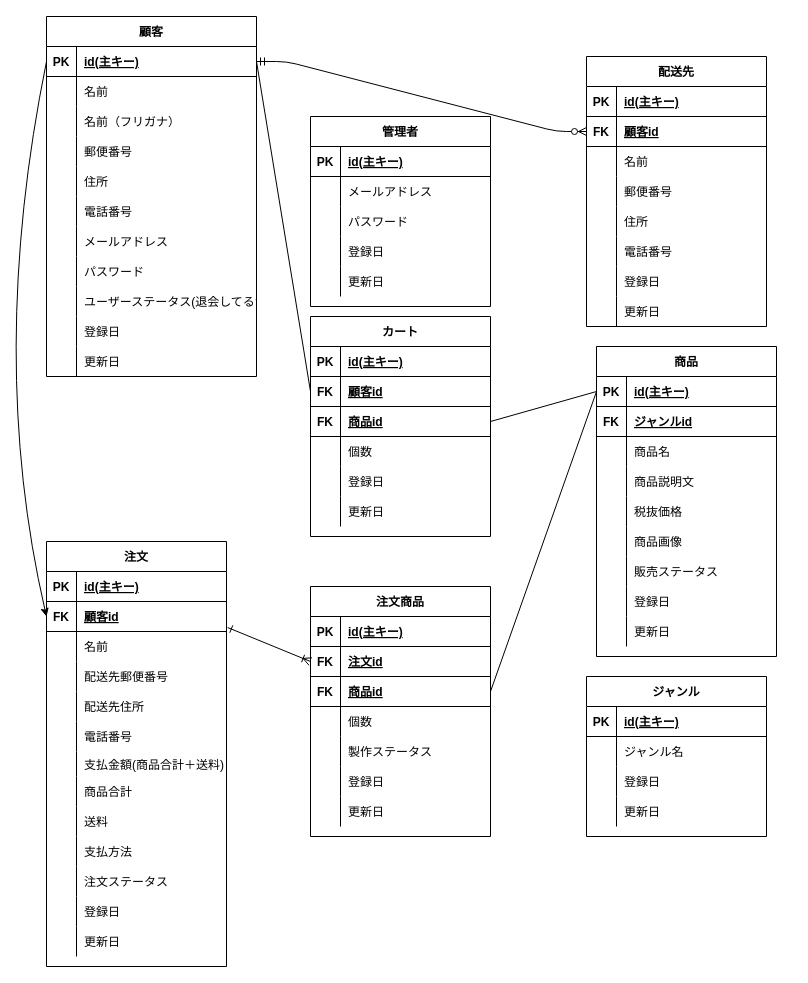
The draw.io diagram Untitled Diagram.drawio in couplee/cake, before the edit. Source tidied: cells renumbered, new cells numbered last; positions are measured from the earlier drawing's top-left corner, leaving out a move shared by most shapes. Both pictures are drawn from the tidied source at 100%, with x=0, y=0 at pixel (-14, 16).
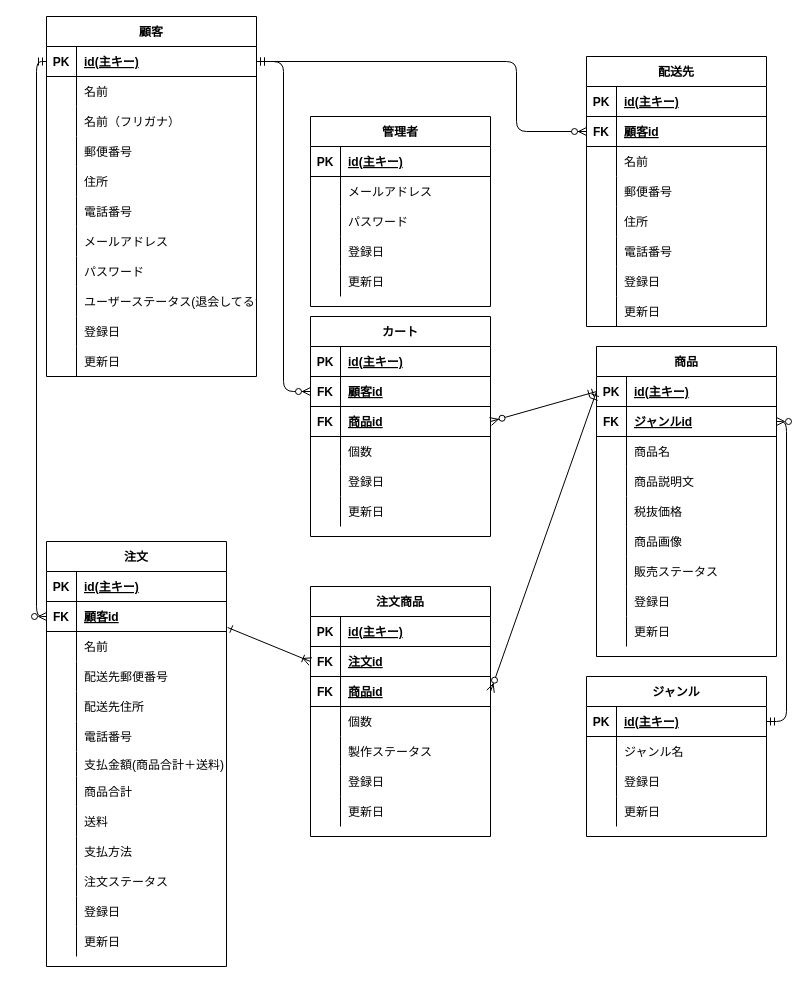
Above is the later version.

Commit message (it also covers changes not shown here):
Untitled Diagram.drawio を更新します

The change refers to these unchanged cells:
```xml
<mxCell id="3" style="shape=partialRectangle;fillColor=none;top=0;left=0;bottom=1;right=0;points=[[0,0.5],[1,0.5]];portConstraint=eastwest;" parent="2" vertex="1">
  <mxGeometry y="30" width="210" height="30" as="geometry" />
</mxCell>
<mxCell id="37" style="shape=partialRectangle;fillColor=none;top=0;left=0;bottom=1;right=0;points=[[0,0.5],[1,0.5]];portConstraint=eastwest;" parent="36" vertex="1">
  <mxGeometry y="30" width="180" height="30" as="geometry" />
</mxCell>
<mxCell id="40" style="shape=partialRectangle;fillColor=none;top=0;left=0;bottom=1;right=0;points=[[0,0.5],[1,0.5]];portConstraint=eastwest;" parent="36" vertex="1">
  <mxGeometry y="60" width="180" height="30" as="geometry" />
</mxCell>
<mxCell id="68" style="shape=partialRectangle;fillColor=none;top=0;left=0;bottom=1;right=0;points=[[0,0.5],[1,0.5]];portConstraint=eastwest;" parent="64" vertex="1">
  <mxGeometry y="60" width="180" height="30" as="geometry" />
</mxCell>
<mxCell id="71" style="shape=partialRectangle;fillColor=none;top=0;left=0;bottom=1;right=0;points=[[0,0.5],[1,0.5]];portConstraint=eastwest;" parent="64" vertex="1">
  <mxGeometry y="90" width="180" height="30" as="geometry" />
</mxCell>
<mxCell id="87" style="shape=partialRectangle;fillColor=none;top=0;left=0;bottom=1;right=0;points=[[0,0.5],[1,0.5]];portConstraint=eastwest;" parent="83" vertex="1">
  <mxGeometry y="60" width="180" height="30" as="geometry" />
</mxCell>
<mxCell id="127" style="shape=partialRectangle;fillColor=none;top=0;left=0;bottom=1;right=0;points=[[0,0.5],[1,0.5]];portConstraint=eastwest;" parent="123" vertex="1">
  <mxGeometry y="60" width="180" height="30" as="geometry" />
</mxCell>
<mxCell id="155" style="shape=partialRectangle;fillColor=none;top=0;left=0;bottom=1;right=0;points=[[0,0.5],[1,0.5]];portConstraint=eastwest;" parent="148" vertex="1">
  <mxGeometry y="90" width="180" height="30" as="geometry" />
</mxCell>
<mxCell id="171" style="shape=partialRectangle;fillColor=none;top=0;left=0;bottom=1;right=0;points=[[0,0.5],[1,0.5]];portConstraint=eastwest;" parent="170" vertex="1">
  <mxGeometry y="30" width="180" height="30" as="geometry" />
</mxCell>
```

What changed in the source:
```diff
@@
-    <mxCell id="184" style="curved=1;endArrow=classic;html=1;exitX=0;exitY=0.5;exitDx=0;exitDy=0;entryX=0;entryY=0.5;entryDx=0;entryDy=0;" parent="1" edge="1" source="3" target="87">
-      <mxGeometry relative="1" as="geometry">
-        <Array as="points">
-          <mxPoint y="340" />
-        </Array>
-      </mxGeometry>
+    <mxCell id="184" style="endArrow=ERzeroToMany;html=1;exitX=0;exitY=0.5;exitDx=0;exitDy=0;entryX=0;entryY=0.5;entryDx=0;entryDy=0;startArrow=ERmandOne;startFill=0;endFill=1;edgeStyle=orthogonalEdgeStyle;" parent="1" edge="1" source="3" target="87">
+      <mxGeometry relative="1" as="geometry" />
     </mxCell>
@@
-    <mxCell id="201" style="endArrow=none;html=1;entryX=0;entryY=0.5;entryDx=0;entryDy=0;exitX=1;exitY=0.5;exitDx=0;exitDy=0;" parent="1" edge="1" source="71" target="37">
+    <mxCell id="201" style="endArrow=ERmandOne;html=1;entryX=0;entryY=0.5;entryDx=0;entryDy=0;exitX=1;exitY=0.5;exitDx=0;exitDy=0;endFill=0;startArrow=ERzeroToMany;startFill=1;" parent="1" edge="1" source="71" target="37">
       <mxGeometry relative="1" as="geometry" />
     </mxCell>
-    <mxCell id="202" style="endArrow=none;html=1;exitX=1;exitY=0.5;exitDx=0;exitDy=0;entryX=0;entryY=0.5;entryDx=0;entryDy=0;" parent="1" edge="1" source="3" target="68">
+    <mxCell id="202" style="endArrow=ERzeroToMany;html=1;exitX=1;exitY=0.5;exitDx=0;exitDy=0;entryX=0;entryY=0.5;entryDx=0;entryDy=0;startArrow=ERmandOne;startFill=0;endFill=1;edgeStyle=orthogonalEdgeStyle;" parent="1" edge="1" source="3" target="68">
       <mxGeometry relative="1" as="geometry" />
     </mxCell>
-    <mxCell id="203" style="endArrow=none;html=1;entryX=0;entryY=0.5;entryDx=0;entryDy=0;exitX=1;exitY=0.5;exitDx=0;exitDy=0;" parent="1" edge="1" source="155" target="37">
+    <mxCell id="203" style="endArrow=ERmandOne;html=1;entryX=0;entryY=0.5;entryDx=0;entryDy=0;exitX=1;exitY=0.5;exitDx=0;exitDy=0;endFill=0;startArrow=ERzeroToMany;startFill=1;" parent="1" edge="1" source="155" target="37">
       <mxGeometry relative="1" as="geometry" />
     </mxCell>
-    <mxCell id="204" style="edgeStyle=entityRelationEdgeStyle;fontSize=12;html=1;endArrow=ERzeroToMany;startArrow=ERmandOne;exitX=1;exitY=0.5;exitDx=0;exitDy=0;entryX=0;entryY=0.5;entryDx=0;entryDy=0;" parent="1" edge="1" source="3" target="127">
-      <mxGeometry relative="1" as="geometry" />
+    <mxCell id="204" style="edgeStyle=orthogonalEdgeStyle;fontSize=12;html=1;endArrow=ERzeroToMany;startArrow=ERmandOne;exitX=1;exitY=0.5;exitDx=0;exitDy=0;entryX=0;entryY=0.5;entryDx=0;entryDy=0;" parent="1" edge="1" source="3" target="127">
+      <mxGeometry relative="1" as="geometry">
+        <Array as="points">
+          <mxPoint x="530" y="45" />
+          <mxPoint x="530" y="115" />
+        </Array>
+      </mxGeometry>
     </mxCell>
+    <mxCell id="205" style="edgeStyle=orthogonalEdgeStyle;fontSize=12;html=1;endArrow=ERzeroToMany;startArrow=ERmandOne;entryX=1;entryY=0.5;entryDx=0;entryDy=0;exitX=1;exitY=0.5;exitDx=0;exitDy=0;startFill=0;endFill=1;" parent="1" edge="1" source="171" target="40">
+      <mxGeometry relative="1" as="geometry" />
+    </mxCell>
```
